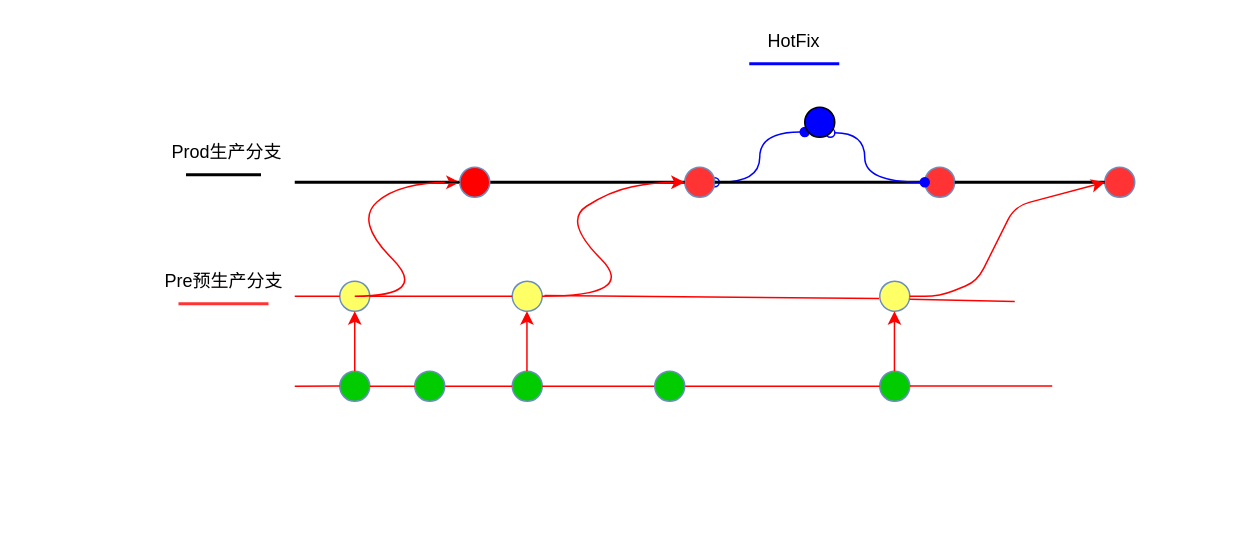
Earlier version of the draw.io diagram Untitled Diagram.drawio (Robbin-Liu/JavaSamples). Source tidied: cells renumbered, new cells numbered last; positions are measured from the earlier drawing's top-left corner, leaving out a move shared by most shapes. Both pictures are drawn from the tidied source at 150%, with x=0, y=0 at pixel (156, 26).
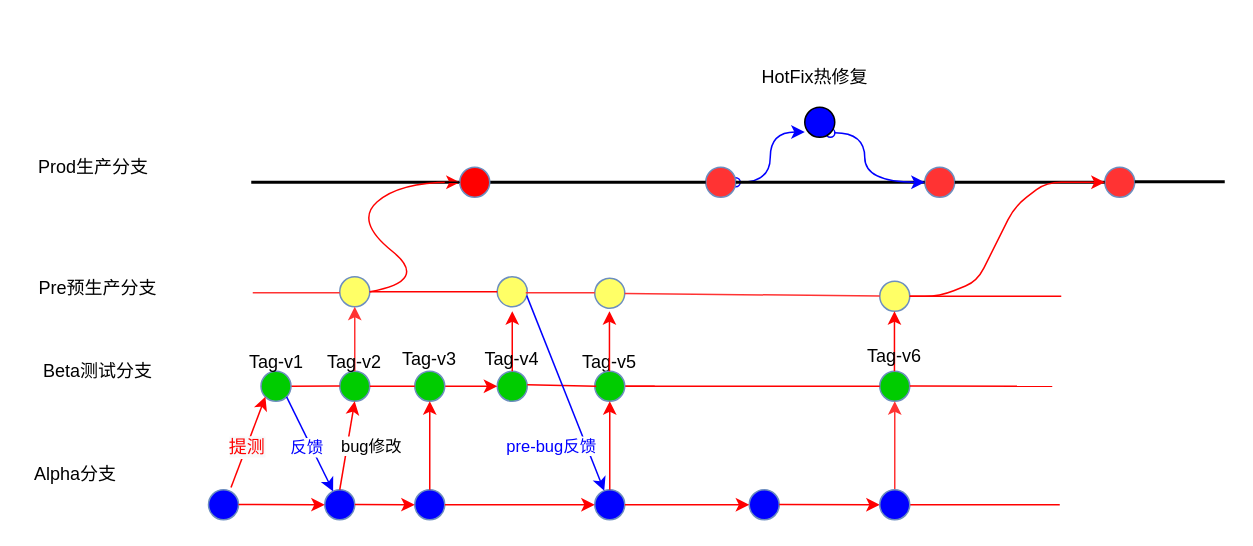
After the change.

The change refers to these unchanged cells:
```xml
<mxCell id="4" style="ellipse;whiteSpace=wrap;html=1;strokeColor=#6c8ebf;fillColor=#FF3333;" parent="1" vertex="1">
  <mxGeometry x="512" y="94" width="20" height="20" as="geometry" />
</mxCell>
<mxCell id="5" style="ellipse;whiteSpace=wrap;html=1;strokeColor=#6c8ebf;fillColor=#FF3333;" parent="1" vertex="1">
  <mxGeometry x="632" y="94" width="20" height="20" as="geometry" />
</mxCell>
<mxCell id="12" style="ellipse;whiteSpace=wrap;html=1;fillColor=#0000FF;" parent="1" vertex="1">
  <mxGeometry x="432" y="54" width="20" height="20" as="geometry" />
</mxCell>
<mxCell id="18" style="ellipse;whiteSpace=wrap;html=1;strokeColor=#6c8ebf;fillColor=#FF0000;" parent="1" vertex="1">
  <mxGeometry x="202" y="94" width="20" height="20" as="geometry" />
</mxCell>
<mxCell id="34" style="ellipse;whiteSpace=wrap;html=1;strokeColor=#6c8ebf;fillColor=#00CC00;" parent="1" vertex="1">
  <mxGeometry x="482" y="230" width="20" height="20" as="geometry" />
</mxCell>
<mxCell id="44" style="ellipse;whiteSpace=wrap;html=1;strokeColor=#6c8ebf;fillColor=#00CC00;" parent="1" vertex="1">
  <mxGeometry x="172" y="230" width="20" height="20" as="geometry" />
</mxCell>
```

Diff of the diagram source:
```diff
@@
-    <mxCell id="2" style="edgeStyle=orthogonalEdgeStyle;curved=1;rounded=0;jettySize=auto;html=1;exitX=1;exitY=0.5;exitDx=0;exitDy=0;entryX=0;entryY=0.825;entryDx=0;entryDy=0;entryPerimeter=0;startArrow=oval;startFill=0;endArrow=oval;endFill=1;strokeColor=#0000FF;" parent="1" edge="1" source="3" target="12">
+    <mxCell id="2" style="edgeStyle=orthogonalEdgeStyle;curved=1;rounded=0;jettySize=auto;html=1;exitX=1;exitY=0.5;exitDx=0;exitDy=0;entryX=0;entryY=0.825;entryDx=0;entryDy=0;entryPerimeter=0;startArrow=oval;startFill=0;endArrow=classic;endFill=1;strokeColor=#0000FF;" parent="1" edge="1" source="3" target="12">
       <mxGeometry relative="1" as="geometry" />
     </mxCell>
     <mxCell id="3" style="ellipse;whiteSpace=wrap;html=1;strokeColor=#6c8ebf;fillColor=#FF3333;" parent="1" vertex="1">
-      <mxGeometry x="352" y="94" width="20" height="20" as="geometry" />
+      <mxGeometry x="366" y="94" width="20" height="20" as="geometry" />
     </mxCell>
@@
     <mxCell id="9" style="endArrow=none;html=1;strokeColor=#000000;entryX=0;entryY=0.5;entryDx=0;entryDy=0;strokeWidth=2;" parent="1" edge="1" target="18">
       <mxGeometry relative="1" as="geometry">
-        <mxPoint x="92" y="104" as="sourcePoint" />
+        <mxPoint x="63" y="104" as="sourcePoint" />
       </mxGeometry>
     </mxCell>
     <mxCell id="10" style="ellipse;whiteSpace=wrap;html=1;strokeColor=#6c8ebf;fillColor=#FFFF66;" parent="1" vertex="1">
-      <mxGeometry x="122" y="170" width="20" height="20" as="geometry" />
+      <mxGeometry x="122" y="167" width="20" height="20" as="geometry" />
     </mxCell>
-    <mxCell id="11" style="edgeStyle=orthogonalEdgeStyle;curved=1;rounded=0;jettySize=auto;html=1;exitX=1;exitY=1;exitDx=0;exitDy=0;startArrow=oval;startFill=0;endArrow=oval;endFill=1;strokeColor=#0000FF;entryX=0;entryY=0.5;entryDx=0;entryDy=0;" parent="1" edge="1" source="12" target="4">
+    <mxCell id="11" style="edgeStyle=orthogonalEdgeStyle;curved=1;rounded=0;jettySize=auto;html=1;exitX=1;exitY=1;exitDx=0;exitDy=0;startArrow=oval;startFill=0;endArrow=classic;endFill=1;strokeColor=#0000FF;entryX=0;entryY=0.5;entryDx=0;entryDy=0;" parent="1" edge="1" source="12" target="4">
       <mxGeometry relative="1" as="geometry">
         <Array as="points">
           <mxPoint x="472" y="71" />
           <mxPoint x="472" y="104" />
         </Array>
       </mxGeometry>
     </mxCell>
@@
     <mxCell id="13" style="ellipse;whiteSpace=wrap;html=1;strokeColor=#6c8ebf;fillColor=#FFFF66;rotation=15;" parent="1" vertex="1">
-      <mxGeometry x="237" y="170" width="20" height="20" as="geometry" />
+      <mxGeometry x="227" y="167" width="20" height="20" as="geometry" />
     </mxCell>
@@
-    <mxCell id="15" style="endArrow=none;html=1;strokeColor=#FF0000;" parent="1" edge="1" target="10">
-      <mxGeometry relative="1" as="geometry">
-        <mxPoint x="92" y="180" as="sourcePoint" />
-      </mxGeometry>
-    </mxCell>
-    <mxCell id="16" style="curved=1;endArrow=classic;html=1;strokeColor=#FF0000;entryX=0;entryY=0.5;entryDx=0;entryDy=0;" parent="1" edge="1" source="13" target="3">
-      <mxGeometry relative="1" as="geometry">
-        <Array as="points">
-          <mxPoint x="321" y="180" />
-          <mxPoint x="271" y="130" />
-          <mxPoint x="302" y="110" />
-          <mxPoint x="332" y="104" />
-        </Array>
-      </mxGeometry>
-    </mxCell>
-    <mxCell id="17" style="curved=1;endArrow=classic;html=1;strokeColor=#FF0000;entryX=0;entryY=0.5;entryDx=0;entryDy=0;" parent="1" edge="1" target="18">
+    <mxCell id="17" style="curved=1;endArrow=classic;html=1;strokeColor=#FF0000;entryX=0;entryY=0.5;entryDx=0;entryDy=0;exitX=1;exitY=0.5;exitDx=0;exitDy=0;" parent="1" edge="1" source="10" target="18">
       <mxGeometry relative="1" as="geometry">
-        <mxPoint x="132" y="180" as="sourcePoint" />
         <Array as="points">
-          <mxPoint x="182" y="180" />
+          <mxPoint x="182" y="170" />
           <mxPoint x="132" y="130" />
           <mxPoint x="162" y="104" />
         </Array>
       </mxGeometry>
     </mxCell>
@@
-    <mxCell id="20" style="group;" parent="1" vertex="1">
-      <mxGeometry x="382" width="86" height="30" as="geometry" />
-    </mxCell>
-    <mxCell id="21" value="HotFix" style="text;html=1;strokeColor=none;fillColor=none;align=center;verticalAlign=middle;whiteSpace=wrap;rounded=0;" parent="20" vertex="1">
-      <mxGeometry width="86" height="20" as="geometry" />
-    </mxCell>
-    <mxCell id="22" style="line;strokeWidth=2;html=1;fillColor=#0000FF;strokeColor=#0000FF;" parent="20" vertex="1">
-      <mxGeometry x="13" y="20" width="60" height="10" as="geometry" />
-    </mxCell>
     <mxCell id="23" style="group;" parent="1" vertex="1">
-      <mxGeometry x="-0.5" y="160" width="90" height="30" as="geometry" />
+      <mxGeometry x="-84.5" y="165" width="90" height="30" as="geometry" />
     </mxCell>
@@
-    <mxCell id="25" style="line;strokeWidth=2;html=1;fillColor=#0000FF;strokeColor=#FF3333;" parent="23" vertex="1">
-      <mxGeometry x="15" y="20" width="60" height="10" as="geometry" />
-    </mxCell>
     <mxCell id="26" style="group;" parent="1" vertex="1">
-      <mxGeometry x="2" y="74" width="85" height="30" as="geometry" />
+      <mxGeometry x="-87" y="84" width="85" height="30" as="geometry" />
     </mxCell>
@@
-    <mxCell id="28" style="line;strokeWidth=2;html=1;fillColor=#0000FF;" parent="26" vertex="1">
-      <mxGeometry x="17.5" y="20" width="50" height="10" as="geometry" />
-    </mxCell>
-    <mxCell id="29" style="ellipse;whiteSpace=wrap;html=1;strokeColor=#6c8ebf;fillColor=#FFFF66;rotation=15;" parent="1" vertex="1">
+    <mxCell id="29" style="ellipse;whiteSpace=wrap;html=1;strokeColor=#6c8ebf;fillColor=#FFFF66;rotation=0;" parent="1" vertex="1">
       <mxGeometry x="482" y="170" width="20" height="20" as="geometry" />
     </mxCell>
-    <mxCell id="30" style="endArrow=none;html=1;strokeColor=#FF0000;strokeWidth=1;exitX=1.049;exitY=0.327;exitDx=0;exitDy=0;entryX=0.012;entryY=0.708;entryDx=0;entryDy=0;entryPerimeter=0;exitPerimeter=0;" parent="1" edge="1" source="13" target="29">
-      <mxGeometry relative="1" as="geometry" />
-    </mxCell>
-    <mxCell id="31" style="endArrow=none;html=1;strokeColor=#FF0000;strokeWidth=1;entryX=0.036;entryY=0.702;entryDx=0;entryDy=0;entryPerimeter=0;" parent="1" edge="1">
+    <mxCell id="31" style="endArrow=none;html=1;strokeColor=#FF0000;strokeWidth=1;" parent="1" edge="1">
       <mxGeometry relative="1" as="geometry">
-        <mxPoint x="502" y="182" as="sourcePoint" />
-        <mxPoint x="572" y="183.5" as="targetPoint" />
+        <mxPoint x="502" y="180" as="sourcePoint" />
+        <mxPoint x="603" y="180" as="targetPoint" />
       </mxGeometry>
     </mxCell>
@@
     <mxCell id="33" style="ellipse;whiteSpace=wrap;html=1;strokeColor=#6c8ebf;fillColor=#00CC00;" parent="1" vertex="1">
-      <mxGeometry x="237" y="230" width="20" height="20" as="geometry" />
+      <mxGeometry x="227" y="230" width="20" height="20" as="geometry" />
     </mxCell>
@@
     <mxCell id="35" style="endArrow=classic;html=1;strokeColor=#FF0000;strokeWidth=1;entryX=0;entryY=0.5;entryDx=0;entryDy=0;" parent="1" edge="1" target="5">
       <mxGeometry relative="1" as="geometry">
         <mxPoint x="502" y="180" as="sourcePoint" />
         <Array as="points">
           <mxPoint x="522" y="180" />
           <mxPoint x="547" y="170" />
           <mxPoint x="572" y="120" />
+          <mxPoint x="593" y="104" />
         </Array>
       </mxGeometry>
     </mxCell>
-    <mxCell id="36" style="endArrow=none;html=1;strokeColor=#FF0000;strokeWidth=1;exitX=1;exitY=0.5;exitDx=0;exitDy=0;entryX=0;entryY=0.5;entryDx=0;entryDy=0;" parent="1" edge="1" source="44" target="33">
+    <mxCell id="36" style="endArrow=classic;html=1;strokeColor=#FF0000;strokeWidth=1;exitX=1;exitY=0.5;exitDx=0;exitDy=0;entryX=0;entryY=0.5;entryDx=0;entryDy=0;endFill=1;" parent="1" edge="1" source="44" target="33">
       <mxGeometry relative="1" as="geometry" />
     </mxCell>
-    <mxCell id="37" style="endArrow=none;html=1;strokeColor=#FF0000;strokeWidth=1;entryX=0;entryY=0.5;entryDx=0;entryDy=0;" parent="1" edge="1">
+    <mxCell id="37" style="endArrow=none;html=1;strokeColor=#FF0000;strokeWidth=1;entryX=0;entryY=0.5;entryDx=0;entryDy=0;" parent="1" edge="1" source="51">
       <mxGeometry relative="1" as="geometry">
-        <mxPoint x="92" y="240" as="sourcePoint" />
         <mxPoint x="122" y="239.8" as="targetPoint" />
       </mxGeometry>
     </mxCell>
-    <mxCell id="38" style="endArrow=none;html=1;strokeColor=#FF0000;strokeWidth=1;exitX=1;exitY=0.5;exitDx=0;exitDy=0;entryX=0;entryY=0.5;entryDx=0;entryDy=0;" parent="1" edge="1">
+    <mxCell id="38" style="endArrow=none;html=1;strokeColor=#FF0000;strokeWidth=1;exitX=1;exitY=0.5;exitDx=0;exitDy=0;" parent="1" edge="1">
       <mxGeometry relative="1" as="geometry">
         <mxPoint x="502" y="239.8" as="sourcePoint" />
-        <mxPoint x="597" y="239.8" as="targetPoint" />
+        <mxPoint x="597" y="240" as="targetPoint" />
       </mxGeometry>
     </mxCell>
-    <mxCell id="39" style="endArrow=none;html=1;strokeColor=#FF0000;strokeWidth=1;" parent="1" edge="1" source="33" target="34">
-      <mxGeometry relative="1" as="geometry" />
-    </mxCell>
-    <mxCell id="40" style="endArrow=classic;html=1;strokeColor=#FF0000;strokeWidth=1;entryX=0.5;entryY=1;entryDx=0;entryDy=0;" parent="1" edge="1" target="10">
-      <mxGeometry relative="1" as="geometry">
-        <mxPoint x="132" y="230" as="sourcePoint" />
-      </mxGeometry>
-    </mxCell>
     <mxCell id="41" style="endArrow=classic;html=1;strokeColor=#FF0000;strokeWidth=1;entryX=0.5;entryY=1;entryDx=0;entryDy=0;" parent="1" edge="1">
       <mxGeometry relative="1" as="geometry">
-        <mxPoint x="246.8" y="230" as="sourcePoint" />
-        <mxPoint x="246.8" y="190" as="targetPoint" />
+        <mxPoint x="237" y="230" as="sourcePoint" />
+        <mxPoint x="237" y="190" as="targetPoint" />
       </mxGeometry>
     </mxCell>
@@
-    <mxCell id="43" style="ellipse;whiteSpace=wrap;html=1;strokeColor=#6c8ebf;fillColor=#00CC00;" parent="1" vertex="1">
-      <mxGeometry x="332" y="230" width="20" height="20" as="geometry" />
-    </mxCell>
@@
+    <mxCell id="46" style="ellipse;whiteSpace=wrap;html=1;strokeColor=#6c8ebf;fillColor=#0000FF;" parent="1" vertex="1">
+      <mxGeometry x="112" y="309" width="20" height="20" as="geometry" />
+    </mxCell>
+    <mxCell id="47" style="ellipse;whiteSpace=wrap;html=1;strokeColor=#6c8ebf;fillColor=#0000FF;" parent="1" vertex="1">
+      <mxGeometry x="172" y="309" width="20" height="20" as="geometry" />
+    </mxCell>
+    <mxCell id="48" style="ellipse;whiteSpace=wrap;html=1;strokeColor=#6c8ebf;fillColor=#0000FF;" parent="1" vertex="1">
+      <mxGeometry x="292" y="309" width="20" height="20" as="geometry" />
+    </mxCell>
+    <mxCell id="49" style="ellipse;whiteSpace=wrap;html=1;strokeColor=#6c8ebf;fillColor=#0000FF;" parent="1" vertex="1">
+      <mxGeometry x="395" y="309" width="20" height="20" as="geometry" />
+    </mxCell>
+    <mxCell id="50" style="endArrow=none;html=1;strokeColor=#FF0000;strokeWidth=1;" parent="1" edge="1" source="43">
+      <mxGeometry relative="1" as="geometry">
+        <mxPoint x="332" y="240" as="targetPoint" />
+      </mxGeometry>
+    </mxCell>
+    <mxCell id="51" style="ellipse;whiteSpace=wrap;html=1;strokeColor=#6c8ebf;fillColor=#00CC00;" parent="1" vertex="1">
+      <mxGeometry x="69.5" y="230" width="20" height="20" as="geometry" />
+    </mxCell>
+    <mxCell id="52" style="endArrow=none;html=1;strokeColor=#FF0000;strokeWidth=1;" parent="1" edge="1">
+      <mxGeometry relative="1" as="geometry">
+        <mxPoint x="92" y="240" as="sourcePoint" />
+        <mxPoint x="92" y="240" as="targetPoint" />
+      </mxGeometry>
+    </mxCell>
+    <mxCell id="53" style="endArrow=none;html=1;strokeColor=#FF0000;strokeWidth=1;entryX=0;entryY=0.5;entryDx=0;entryDy=0;exitX=1;exitY=0.5;exitDx=0;exitDy=0;" parent="1" edge="1" source="43" target="34">
+      <mxGeometry relative="1" as="geometry" />
+    </mxCell>
+    <mxCell id="54" value="Tag-v5" style="text;html=1;strokeColor=none;fillColor=none;align=center;verticalAlign=middle;whiteSpace=wrap;rounded=0;" parent="1" vertex="1">
+      <mxGeometry x="282" y="214" width="40" height="20" as="geometry" />
+    </mxCell>
+    <mxCell id="55" style="ellipse;whiteSpace=wrap;html=1;strokeColor=#6c8ebf;fillColor=#FFFF66;rotation=15;" parent="1" vertex="1">
+      <mxGeometry x="292" y="168" width="20" height="20" as="geometry" />
+    </mxCell>
+    <mxCell id="43" style="ellipse;whiteSpace=wrap;html=1;strokeColor=#6c8ebf;fillColor=#00CC00;" parent="1" vertex="1">
+      <mxGeometry x="292" y="230" width="20" height="20" as="geometry" />
+    </mxCell>
+    <mxCell id="56" style="endArrow=none;html=1;strokeColor=#FF0000;strokeWidth=1;" parent="1" edge="1">
+      <mxGeometry relative="1" as="geometry">
+        <mxPoint x="247" y="239" as="sourcePoint" />
+        <mxPoint x="293" y="240" as="targetPoint" />
+      </mxGeometry>
+    </mxCell>
+    <mxCell id="57" style="endArrow=classic;html=1;strokeColor=#FF0000;strokeWidth=1;entryX=0.5;entryY=1;entryDx=0;entryDy=0;" parent="1" edge="1">
+      <mxGeometry relative="1" as="geometry">
+        <mxPoint x="301.8" y="230" as="sourcePoint" />
+        <mxPoint x="301.8" y="190" as="targetPoint" />
+      </mxGeometry>
+    </mxCell>
+    <mxCell id="58" style="ellipse;whiteSpace=wrap;html=1;strokeColor=#6c8ebf;fillColor=#0000FF;" parent="1" vertex="1">
+      <mxGeometry x="34.5" y="309" width="20" height="20" as="geometry" />
+    </mxCell>
+    <mxCell id="59" style="endArrow=classic;html=1;strokeColor=#FF0000;strokeWidth=1;exitX=0.75;exitY=-0.075;exitDx=0;exitDy=0;exitPerimeter=0;entryX=0;entryY=1;entryDx=0;entryDy=0;" parent="1" edge="1" source="58" target="51">
+      <mxGeometry relative="1" as="geometry" />
+    </mxCell>
+    <mxCell id="60" value="&lt;span style=&quot;color: rgb(255 , 0 , 0) ; font-size: 12px ; background-color: rgb(248 , 249 , 250)&quot;&gt;提测&lt;/span&gt;" style="edgeLabel;html=1;align=center;verticalAlign=middle;" parent="59" vertex="1">
+      <mxGeometry x="0.61" relative="1" as="geometry">
+        <mxPoint x="-8.5" y="21.2" as="offset" />
+      </mxGeometry>
+    </mxCell>
+    <mxCell id="61" style="endArrow=classic;html=1;strokeWidth=1;exitX=1;exitY=1;exitDx=0;exitDy=0;strokeColor=#0000FF;" parent="1" edge="1" source="51" target="46">
+      <mxGeometry relative="1" as="geometry" />
+    </mxCell>
+    <mxCell id="62" value="&lt;font color=&quot;#0000ff&quot;&gt;反馈&lt;/font&gt;" style="edgeLabel;html=1;align=center;verticalAlign=middle;" parent="61" vertex="1">
+      <mxGeometry x="-0.38" y="-1" relative="1" as="geometry">
+        <mxPoint x="4.2" y="12.9" as="offset" />
+      </mxGeometry>
+    </mxCell>
+    <mxCell id="63" style="endArrow=classic;html=1;strokeColor=#FF0000;strokeWidth=1;" parent="1" edge="1">
+      <mxGeometry relative="1" as="geometry">
+        <mxPoint x="122" y="309" as="sourcePoint" />
+        <mxPoint x="132" y="250" as="targetPoint" />
+      </mxGeometry>
+    </mxCell>
+    <mxCell id="64" value="bug修改" style="edgeLabel;html=1;align=center;verticalAlign=middle;" parent="63" vertex="1">
+      <mxGeometry x="0.26" y="3" relative="1" as="geometry">
+        <mxPoint x="16.7" y="8.6" as="offset" />
+      </mxGeometry>
+    </mxCell>
+    <mxCell id="65" style="endArrow=classic;html=1;strokeColor=#FF0000;strokeWidth=1;entryX=0;entryY=0.5;entryDx=0;entryDy=0;endFill=1;" parent="1" edge="1" target="46">
+      <mxGeometry relative="1" as="geometry">
+        <mxPoint x="54.5" y="318.8" as="sourcePoint" />
+      </mxGeometry>
+    </mxCell>
+    <mxCell id="66" style="endArrow=classic;html=1;strokeColor=#FF0000;strokeWidth=1;endFill=1;" parent="1" edge="1">
+      <mxGeometry relative="1" as="geometry">
+        <mxPoint x="132" y="318.8" as="sourcePoint" />
+        <mxPoint x="172" y="319" as="targetPoint" />
+      </mxGeometry>
+    </mxCell>
+    <mxCell id="67" style="endArrow=classic;html=1;strokeColor=#FF0000;strokeWidth=1;entryX=0;entryY=0.5;entryDx=0;entryDy=0;exitX=1;exitY=0.5;exitDx=0;exitDy=0;endFill=1;" parent="1" edge="1" source="47" target="48">
+      <mxGeometry relative="1" as="geometry" />
+    </mxCell>
+    <mxCell id="68" style="endArrow=classic;html=1;strokeColor=#FF0000;strokeWidth=1;exitX=1;exitY=0.5;exitDx=0;exitDy=0;endFill=1;" parent="1" edge="1" source="48" target="49">
+      <mxGeometry relative="1" as="geometry" />
+    </mxCell>
+    <mxCell id="69" style="endArrow=classic;html=1;strokeColor=#FF0000;strokeWidth=1;entryX=0;entryY=0.5;entryDx=0;entryDy=0;endFill=1;" parent="1" edge="1" target="80">
+      <mxGeometry relative="1" as="geometry">
+        <mxPoint x="415" y="318.8" as="sourcePoint" />
+      </mxGeometry>
+    </mxCell>
+    <mxCell id="70" style="endArrow=none;html=1;strokeColor=#FF0000;strokeWidth=1;" parent="1" edge="1" source="80">
+      <mxGeometry relative="1" as="geometry">
+        <mxPoint x="602" y="319" as="targetPoint" />
+      </mxGeometry>
+    </mxCell>
+    <mxCell id="71" style="endArrow=classic;html=1;strokeColor=#FF0000;strokeWidth=1;entryX=0.5;entryY=1;entryDx=0;entryDy=0;exitX=0.5;exitY=0;exitDx=0;exitDy=0;" parent="1" edge="1" source="47" target="44">
+      <mxGeometry relative="1" as="geometry" />
+    </mxCell>
+    <mxCell id="72" value="Tag-v4" style="text;html=1;strokeColor=none;fillColor=none;align=center;verticalAlign=middle;whiteSpace=wrap;rounded=0;" parent="1" vertex="1">
+      <mxGeometry x="217" y="214" width="40" height="16" as="geometry" />
+    </mxCell>
+    <mxCell id="73" style="endArrow=none;html=1;strokeColor=#FF0000;strokeWidth=1;" parent="1" edge="1" source="33" target="72">
+      <mxGeometry relative="1" as="geometry" />
+    </mxCell>
+    <mxCell id="74" value="Beta测试分支" style="text;html=1;strokeColor=none;fillColor=none;align=center;verticalAlign=middle;whiteSpace=wrap;rounded=0;" parent="1" vertex="1">
+      <mxGeometry x="-84.5" y="220" width="90" height="20" as="geometry" />
+    </mxCell>
+    <mxCell id="75" value="Alpha分支" style="text;html=1;strokeColor=none;fillColor=none;align=center;verticalAlign=middle;whiteSpace=wrap;rounded=0;" parent="1" vertex="1">
+      <mxGeometry x="-84.5" y="289" width="60" height="20" as="geometry" />
+    </mxCell>
+    <mxCell id="76" style="endArrow=classic;html=1;strokeWidth=1;exitX=1;exitY=0.5;exitDx=0;exitDy=0;strokeColor=#0000FF;" parent="1" edge="1" source="13" target="48">
+      <mxGeometry relative="1" as="geometry" />
+    </mxCell>
+    <mxCell id="77" value="pre-bug反馈" style="edgeLabel;html=1;align=center;verticalAlign=middle;fontColor=#0000FF;" parent="76" vertex="1">
+      <mxGeometry x="-0.74" relative="1" as="geometry">
+        <mxPoint x="9.6" y="83.5" as="offset" />
+      </mxGeometry>
+    </mxCell>
+    <mxCell id="78" style="endArrow=classic;html=1;strokeColor=#FF0000;strokeWidth=1;exitX=0.5;exitY=0;exitDx=0;exitDy=0;entryX=0.5;entryY=1;entryDx=0;entryDy=0;" parent="1" edge="1" source="48" target="43">
+      <mxGeometry relative="1" as="geometry" />
+    </mxCell>
+    <mxCell id="79" style="endArrow=classic;html=1;strokeWidth=1;exitX=0.5;exitY=0;exitDx=0;exitDy=0;strokeColor=#FF3333;" parent="1" edge="1" source="80">
+      <mxGeometry relative="1" as="geometry">
+        <mxPoint x="492" y="250" as="targetPoint" />
+      </mxGeometry>
+    </mxCell>
+    <mxCell id="80" style="ellipse;whiteSpace=wrap;html=1;strokeColor=#6c8ebf;fillColor=#0000FF;" parent="1" vertex="1">
+      <mxGeometry x="482" y="309" width="20" height="20" as="geometry" />
+    </mxCell>
+    <mxCell id="81" style="endArrow=none;html=1;strokeColor=#FF0000;strokeWidth=1;" parent="1" edge="1" target="80">
+      <mxGeometry relative="1" as="geometry">
+        <mxPoint x="492" y="318.8" as="sourcePoint" />
+      </mxGeometry>
+    </mxCell>
+    <mxCell id="82" value="Tag-v1" style="text;html=1;strokeColor=none;fillColor=none;align=center;verticalAlign=middle;whiteSpace=wrap;rounded=0;" parent="1" vertex="1">
+      <mxGeometry x="59.5" y="214" width="40" height="20" as="geometry" />
+    </mxCell>
+    <mxCell id="21" value="HotFix热修复" style="text;html=1;strokeColor=none;fillColor=none;align=center;verticalAlign=middle;whiteSpace=wrap;rounded=0;" parent="1" vertex="1">
+      <mxGeometry x="396" y="24" width="86" height="20" as="geometry" />
+    </mxCell>
+    <mxCell id="83" style="endArrow=none;html=1;strokeColor=#FF3333;strokeWidth=1;" parent="1" edge="1" source="55" target="29">
+      <mxGeometry relative="1" as="geometry" />
+    </mxCell>
+    <mxCell id="84" style="endArrow=none;html=1;strokeColor=#FF3333;strokeWidth=1;" parent="1" edge="1">
+      <mxGeometry relative="1" as="geometry">
+        <mxPoint x="246" y="177.7" as="sourcePoint" />
+        <mxPoint x="292" y="177.7" as="targetPoint" />
+      </mxGeometry>
+    </mxCell>
+    <mxCell id="85" style="endArrow=none;html=1;strokeColor=#FF3333;strokeWidth=1;" parent="1" edge="1">
+      <mxGeometry relative="1" as="geometry">
+        <mxPoint x="64" y="177.7" as="sourcePoint" />
+        <mxPoint x="122" y="177.7" as="targetPoint" />
+      </mxGeometry>
+    </mxCell>
+    <mxCell id="86" value="Tag-v6" style="text;html=1;strokeColor=none;fillColor=none;align=center;verticalAlign=middle;whiteSpace=wrap;rounded=0;" parent="1" vertex="1">
+      <mxGeometry x="472" y="210" width="40" height="20" as="geometry" />
+    </mxCell>
+    <mxCell id="87" style="endArrow=none;html=1;strokeColor=#000000;strokeWidth=2;" parent="1" edge="1">
+      <mxGeometry relative="1" as="geometry">
+        <mxPoint x="652" y="103.7" as="sourcePoint" />
+        <mxPoint x="712" y="103.7" as="targetPoint" />
+      </mxGeometry>
+    </mxCell>
+    <mxCell id="88" style="endArrow=classic;html=1;strokeColor=#FF3333;strokeWidth=1;entryX=0.5;entryY=1;entryDx=0;entryDy=0;" parent="1" edge="1" target="10">
+      <mxGeometry relative="1" as="geometry">
+        <mxPoint x="132" y="230" as="sourcePoint" />
+      </mxGeometry>
+    </mxCell>
+    <mxCell id="89" value="Tag-v2" style="text;html=1;strokeColor=none;fillColor=none;align=center;verticalAlign=middle;whiteSpace=wrap;rounded=0;" parent="1" vertex="1">
+      <mxGeometry x="112" y="214" width="40" height="20" as="geometry" />
+    </mxCell>
+    <mxCell id="90" value="Tag-v3" style="text;html=1;strokeColor=none;fillColor=none;align=center;verticalAlign=middle;whiteSpace=wrap;rounded=0;" parent="1" vertex="1">
+      <mxGeometry x="162" y="212" width="40" height="20" as="geometry" />
+    </mxCell>
```
